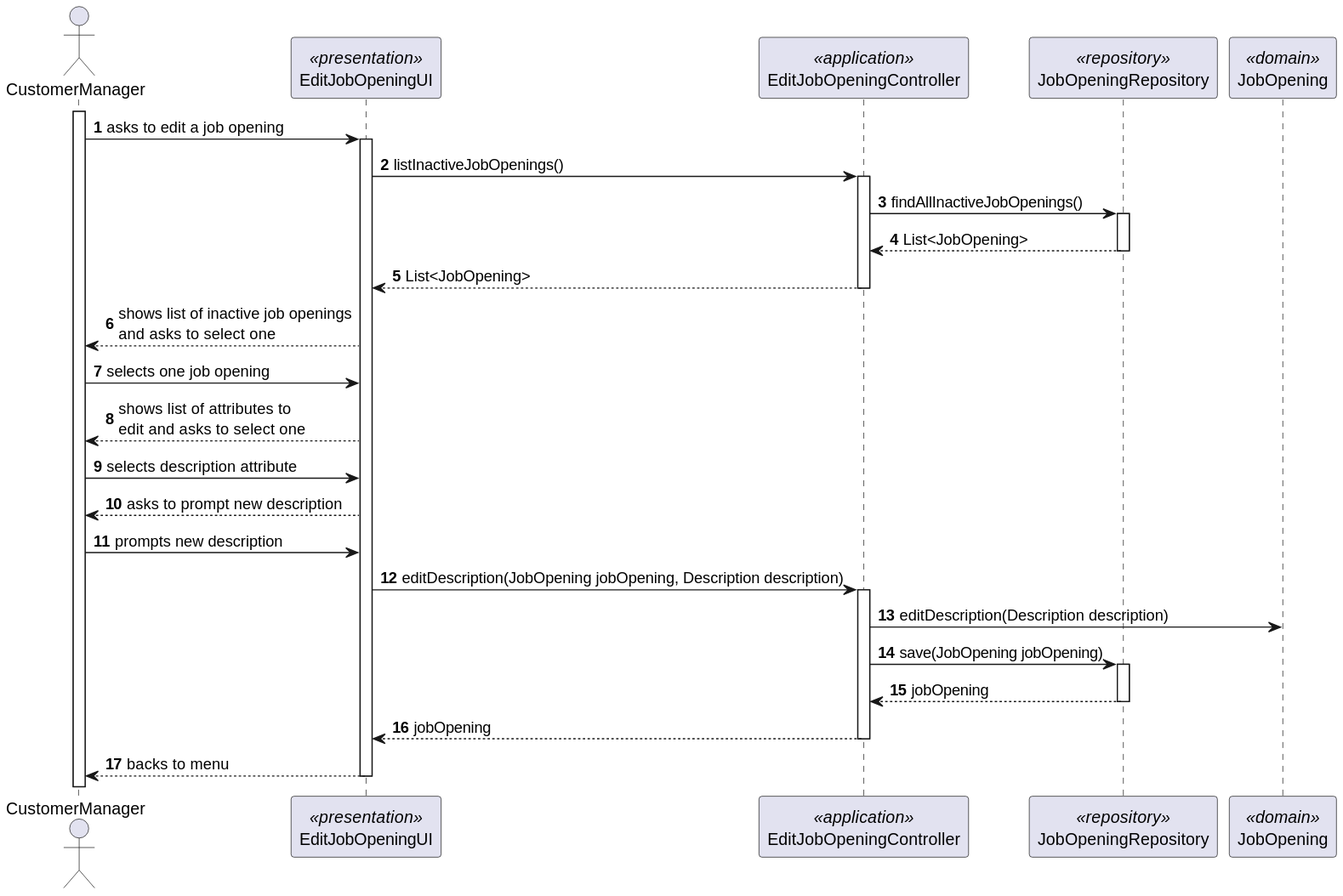
This is docs/SprintC/us1004/SD/SD-Edit-Description.svg from Rodrick0209/ISEP-SEM4PI-23-24, a PlantUML export, as it was before one commit. Its diagram source:
```plantuml
@startuml

autonumber

actor CustomerManager
participant EditJobOpeningUI <<presentation>>
participant EditJobOpeningController <<application>>
participant JobOpeningRepository <<repository>>
participant JobOpening <<domain>>

activate CustomerManager
CustomerManager -> EditJobOpeningUI : asks to edit a job opening
activate EditJobOpeningUI
EditJobOpeningUI -> EditJobOpeningController : listInactiveJobOpenings()
activate EditJobOpeningController
EditJobOpeningController -> JobOpeningRepository : findAllInactiveJobOpenings()
activate JobOpeningRepository
JobOpeningRepository --> EditJobOpeningController : List<JobOpening>
deactivate JobOpeningRepository
EditJobOpeningController --> EditJobOpeningUI : List<JobOpening>
deactivate EditJobOpeningController
EditJobOpeningUI --> CustomerManager : shows list of inactive job openings\nand asks to select one
CustomerManager -> EditJobOpeningUI : selects one job opening
EditJobOpeningUI --> CustomerManager : shows list of attributes to\nedit and asks to select one
CustomerManager -> EditJobOpeningUI : selects description attribute
EditJobOpeningUI --> CustomerManager : asks to prompt new description
CustomerManager -> EditJobOpeningUI : prompts new description
EditJobOpeningUI -> EditJobOpeningController : editDescription(JobOpening jobOpening, Description description)
activate EditJobOpeningController
EditJobOpeningController -> JobOpening : editDescription(Description description)
EditJobOpeningController -> JobOpeningRepository : save(JobOpening jobOpening)
activate JobOpeningRepository
JobOpeningRepository --> EditJobOpeningController : jobOpening
deactivate JobOpeningRepository
EditJobOpeningController --> EditJobOpeningUI : jobOpening
deactivate EditJobOpeningController
EditJobOpeningUI --> CustomerManager : backs to menu
deactivate EditJobOpeningUI
@enduml
```
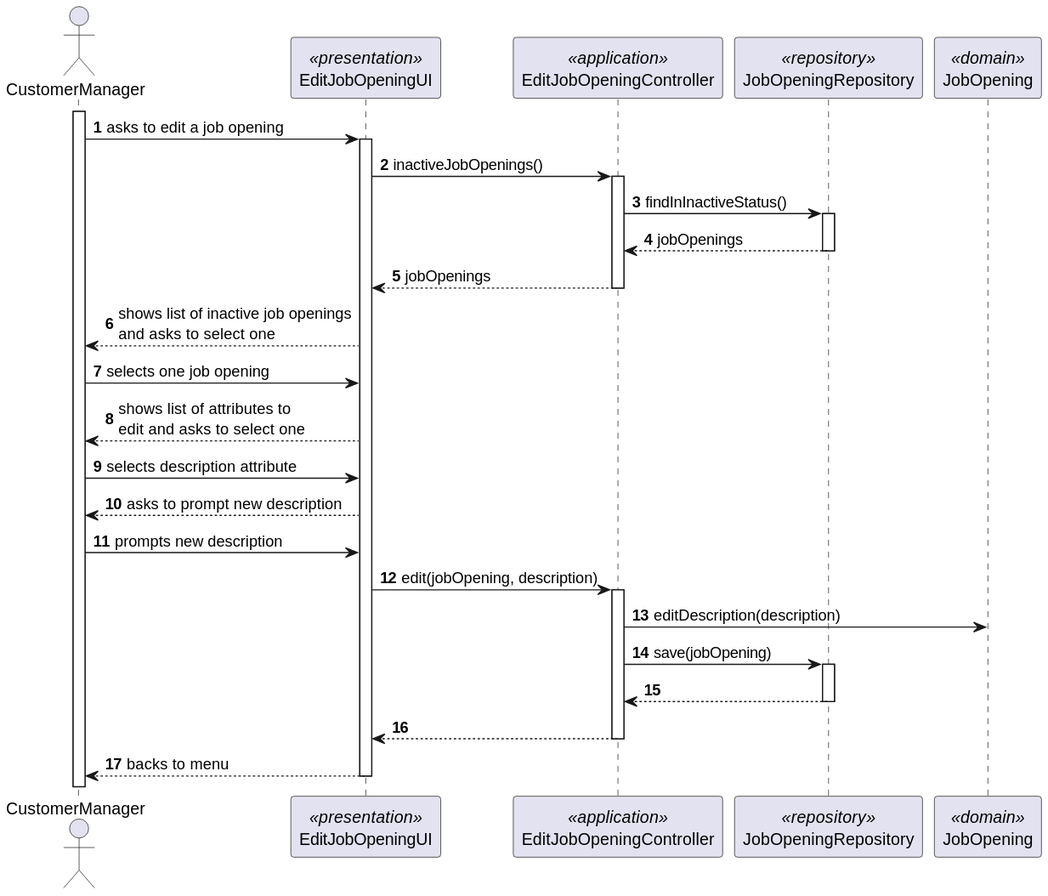
The same diagram one commit later.

What changed in the source:
```diff
@@ -11,13 +11,13 @@
 activate CustomerManager
 CustomerManager -> EditJobOpeningUI : asks to edit a job opening
 activate EditJobOpeningUI
-EditJobOpeningUI -> EditJobOpeningController : listInactiveJobOpenings()
+EditJobOpeningUI -> EditJobOpeningController : inactiveJobOpenings()
 activate EditJobOpeningController
-EditJobOpeningController -> JobOpeningRepository : findAllInactiveJobOpenings()
+EditJobOpeningController -> JobOpeningRepository : findInInactiveStatus()
 activate JobOpeningRepository
-JobOpeningRepository --> EditJobOpeningController : List<JobOpening>
+JobOpeningRepository --> EditJobOpeningController : jobOpenings
 deactivate JobOpeningRepository
-EditJobOpeningController --> EditJobOpeningUI : List<JobOpening>
+EditJobOpeningController --> EditJobOpeningUI : jobOpenings
 deactivate EditJobOpeningController
 EditJobOpeningUI --> CustomerManager : shows list of inactive job openings\nand asks to select one
 CustomerManager -> EditJobOpeningUI : selects one job opening
@@ -25,14 +25,14 @@
 CustomerManager -> EditJobOpeningUI : selects description attribute
 EditJobOpeningUI --> CustomerManager : asks to prompt new description
 CustomerManager -> EditJobOpeningUI : prompts new description
-EditJobOpeningUI -> EditJobOpeningController : editDescription(JobOpening jobOpening, Description description)
+EditJobOpeningUI -> EditJobOpeningController : edit(jobOpening, description)
 activate EditJobOpeningController
-EditJobOpeningController -> JobOpening : editDescription(Description description)
-EditJobOpeningController -> JobOpeningRepository : save(JobOpening jobOpening)
+EditJobOpeningController -> JobOpening : editDescription(description)
+EditJobOpeningController -> JobOpeningRepository : save(jobOpening)
 activate JobOpeningRepository
-JobOpeningRepository --> EditJobOpeningController : jobOpening
+JobOpeningRepository --> EditJobOpeningController :
 deactivate JobOpeningRepository
-EditJobOpeningController --> EditJobOpeningUI : jobOpening
+EditJobOpeningController --> EditJobOpeningUI :
 deactivate EditJobOpeningController
 EditJobOpeningUI --> CustomerManager : backs to menu
 deactivate EditJobOpeningUI
```
